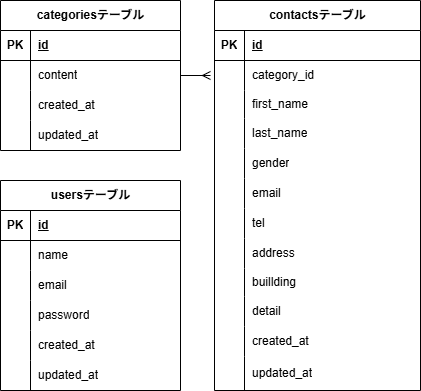
This is docs/er.drawio.png from takeotaira/confirm-test-contact-form, a draw.io export, as it was before one commit. Source tidied: cells renumbered, new cells last; positions are measured from the earlier drawing's top-left corner, leaving out a move shared by most shapes. The source it was exported from:
```xml
<mxGraphModel>
  <root>
    <mxCell id="0" />
    <mxCell id="1" parent="0" />
    <mxCell id="2" value="categoriesテーブル" style="shape=table;startSize=30;rowLines=0;fontStyle=1;align=center;html=1;" parent="1" vertex="1">
      <mxGeometry width="180" height="150" as="geometry" />
    </mxCell>
    <mxCell id="3" style="shape=tableRow;horizontal=0;startSize=0;swimlaneHead=0;swimlaneBody=0;fillColor=none;top=0;left=0;right=0;bottom=1;" parent="2" vertex="1">
      <mxGeometry y="30" width="180" height="30" as="geometry" />
    </mxCell>
    <mxCell id="4" value="PK" style="shape=partialRectangle;fillColor=none;top=0;left=0;bottom=0;right=0;fontStyle=1;overflow=hidden;whiteSpace=wrap;html=1;" parent="3" vertex="1">
      <mxGeometry width="30" height="30" as="geometry" />
    </mxCell>
    <mxCell id="5" value="id" style="shape=partialRectangle;fillColor=none;top=0;left=0;bottom=0;right=0;align=left;spacingLeft=6;fontStyle=5;overflow=hidden;whiteSpace=wrap;html=1;" parent="3" vertex="1">
      <mxGeometry x="30" width="150" height="30" as="geometry" />
    </mxCell>
    <mxCell id="6" style="shape=tableRow;horizontal=0;startSize=0;swimlaneHead=0;swimlaneBody=0;fillColor=none;points=[[0,0.5],[1,0.5]];portConstraint=eastwest;top=0;left=0;right=0;bottom=0;" parent="2" vertex="1">
      <mxGeometry y="60" width="180" height="30" as="geometry" />
    </mxCell>
    <mxCell id="7" style="shape=partialRectangle;fillColor=none;top=0;left=0;bottom=0;right=0;overflow=hidden;whiteSpace=wrap;html=1;" parent="6" vertex="1">
      <mxGeometry width="30" height="30" as="geometry" />
    </mxCell>
    <mxCell id="8" value="content" style="shape=partialRectangle;fillColor=none;top=0;left=0;bottom=0;right=0;align=left;spacingLeft=6;overflow=hidden;whiteSpace=wrap;html=1;" parent="6" vertex="1">
      <mxGeometry x="30" width="150" height="30" as="geometry" />
    </mxCell>
    <mxCell id="9" style="shape=tableRow;horizontal=0;startSize=0;swimlaneHead=0;swimlaneBody=0;fillColor=none;top=0;left=0;right=0;bottom=0;" parent="2" vertex="1">
      <mxGeometry y="90" width="180" height="30" as="geometry" />
    </mxCell>
    <mxCell id="10" style="shape=partialRectangle;fillColor=none;top=0;left=0;bottom=0;right=0;overflow=hidden;whiteSpace=wrap;html=1;" parent="9" vertex="1">
      <mxGeometry width="30" height="30" as="geometry" />
    </mxCell>
    <mxCell id="11" value="created_at" style="shape=partialRectangle;fillColor=none;top=0;left=0;bottom=0;right=0;align=left;spacingLeft=6;overflow=hidden;whiteSpace=wrap;html=1;" parent="9" vertex="1">
      <mxGeometry x="30" width="150" height="30" as="geometry" />
    </mxCell>
    <mxCell id="12" style="shape=tableRow;horizontal=0;startSize=0;swimlaneHead=0;swimlaneBody=0;fillColor=none;top=0;left=0;right=0;bottom=0;" parent="2" vertex="1">
      <mxGeometry y="120" width="180" height="30" as="geometry" />
    </mxCell>
    <mxCell id="13" style="shape=partialRectangle;fillColor=none;top=0;left=0;bottom=0;right=0;overflow=hidden;whiteSpace=wrap;html=1;" parent="12" vertex="1">
      <mxGeometry width="30" height="30" as="geometry" />
    </mxCell>
    <mxCell id="14" value="updated_at" style="shape=partialRectangle;fillColor=none;top=0;left=0;bottom=0;right=0;align=left;spacingLeft=6;overflow=hidden;whiteSpace=wrap;html=1;" parent="12" vertex="1">
      <mxGeometry x="30" width="150" height="30" as="geometry" />
    </mxCell>
    <mxCell id="15" value="contactsテーブル" style="shape=table;startSize=30;rowLines=0;fontStyle=1;align=center;html=1;" parent="1" vertex="1">
      <mxGeometry x="214" width="206" height="390" as="geometry" />
    </mxCell>
    <mxCell id="16" style="shape=tableRow;horizontal=0;startSize=0;swimlaneHead=0;swimlaneBody=0;fillColor=none;top=0;left=0;right=0;bottom=1;" parent="15" vertex="1">
      <mxGeometry y="30" width="206" height="30" as="geometry" />
    </mxCell>
    <mxCell id="17" value="PK" style="shape=partialRectangle;fillColor=none;top=0;left=0;bottom=0;right=0;fontStyle=1;overflow=hidden;whiteSpace=wrap;html=1;" parent="16" vertex="1">
      <mxGeometry width="30" height="30" as="geometry" />
    </mxCell>
    <mxCell id="18" value="id" style="shape=partialRectangle;fillColor=none;top=0;left=0;bottom=0;right=0;align=left;spacingLeft=6;fontStyle=5;overflow=hidden;whiteSpace=wrap;html=1;" parent="16" vertex="1">
      <mxGeometry x="30" width="176" height="30" as="geometry" />
    </mxCell>
    <mxCell id="19" style="shape=tableRow;horizontal=0;startSize=0;swimlaneHead=0;swimlaneBody=0;fillColor=none;top=0;left=0;right=0;bottom=0;" parent="15" vertex="1">
      <mxGeometry y="60" width="206" height="30" as="geometry" />
    </mxCell>
    <mxCell id="20" style="shape=partialRectangle;fillColor=none;top=0;left=0;bottom=0;right=0;overflow=hidden;whiteSpace=wrap;html=1;" parent="19" vertex="1">
      <mxGeometry width="30" height="30" as="geometry" />
    </mxCell>
    <mxCell id="21" value="category_id" style="shape=partialRectangle;fillColor=none;top=0;left=0;bottom=0;right=0;align=left;spacingLeft=6;overflow=hidden;whiteSpace=wrap;html=1;" parent="19" vertex="1">
      <mxGeometry x="30" width="176" height="30" as="geometry" />
    </mxCell>
    <mxCell id="22" style="shape=tableRow;horizontal=0;startSize=0;swimlaneHead=0;swimlaneBody=0;fillColor=none;top=0;left=0;right=0;bottom=0;" parent="15" vertex="1">
      <mxGeometry y="90" width="206" height="28" as="geometry" />
    </mxCell>
    <mxCell id="23" style="shape=partialRectangle;fillColor=none;top=0;left=0;bottom=0;right=0;overflow=hidden;whiteSpace=wrap;html=1;" parent="22" vertex="1">
      <mxGeometry width="30" height="28" as="geometry" />
    </mxCell>
    <mxCell id="24" value="first_name" style="shape=partialRectangle;fillColor=none;top=0;left=0;bottom=0;right=0;align=left;spacingLeft=6;overflow=hidden;whiteSpace=wrap;html=1;" parent="22" vertex="1">
      <mxGeometry x="30" width="176" height="28" as="geometry" />
    </mxCell>
    <mxCell id="25" style="shape=tableRow;horizontal=0;startSize=0;swimlaneHead=0;swimlaneBody=0;fillColor=none;top=0;left=0;right=0;bottom=0;" parent="15" vertex="1">
      <mxGeometry y="118" width="206" height="30" as="geometry" />
    </mxCell>
    <mxCell id="26" style="shape=partialRectangle;fillColor=none;top=0;left=0;bottom=0;right=0;overflow=hidden;whiteSpace=wrap;html=1;" parent="25" vertex="1">
      <mxGeometry width="30" height="30" as="geometry" />
    </mxCell>
    <mxCell id="27" value="last_name" style="shape=partialRectangle;fillColor=none;top=0;left=0;bottom=0;right=0;align=left;spacingLeft=6;overflow=hidden;whiteSpace=wrap;html=1;" parent="25" vertex="1">
      <mxGeometry x="30" width="176" height="30" as="geometry" />
    </mxCell>
    <mxCell id="28" style="shape=tableRow;horizontal=0;startSize=0;swimlaneHead=0;swimlaneBody=0;fillColor=none;top=0;left=0;right=0;bottom=0;" parent="15" vertex="1">
      <mxGeometry y="148" width="206" height="30" as="geometry" />
    </mxCell>
    <mxCell id="29" style="shape=partialRectangle;fillColor=none;top=0;left=0;bottom=0;right=0;overflow=hidden;whiteSpace=wrap;html=1;" parent="28" vertex="1">
      <mxGeometry width="30" height="30" as="geometry" />
    </mxCell>
    <mxCell id="30" value="gender" style="shape=partialRectangle;fillColor=none;top=0;left=0;bottom=0;right=0;align=left;spacingLeft=6;overflow=hidden;whiteSpace=wrap;html=1;" parent="28" vertex="1">
      <mxGeometry x="30" width="176" height="30" as="geometry" />
    </mxCell>
    <mxCell id="31" style="shape=tableRow;horizontal=0;startSize=0;swimlaneHead=0;swimlaneBody=0;fillColor=none;top=0;left=0;right=0;bottom=0;" parent="15" vertex="1">
      <mxGeometry y="178" width="206" height="30" as="geometry" />
    </mxCell>
    <mxCell id="32" style="shape=partialRectangle;fillColor=none;top=0;left=0;bottom=0;right=0;overflow=hidden;whiteSpace=wrap;html=1;" parent="31" vertex="1">
      <mxGeometry width="30" height="30" as="geometry" />
    </mxCell>
    <mxCell id="33" value="email" style="shape=partialRectangle;fillColor=none;top=0;left=0;bottom=0;right=0;align=left;spacingLeft=6;overflow=hidden;whiteSpace=wrap;html=1;" parent="31" vertex="1">
      <mxGeometry x="30" width="176" height="30" as="geometry" />
    </mxCell>
    <mxCell id="34" style="shape=tableRow;horizontal=0;startSize=0;swimlaneHead=0;swimlaneBody=0;fillColor=none;top=0;left=0;right=0;bottom=0;" parent="15" vertex="1">
      <mxGeometry y="208" width="206" height="30" as="geometry" />
    </mxCell>
    <mxCell id="35" style="shape=partialRectangle;fillColor=none;top=0;left=0;bottom=0;right=0;overflow=hidden;whiteSpace=wrap;html=1;" parent="34" vertex="1">
      <mxGeometry width="30" height="30" as="geometry" />
    </mxCell>
    <mxCell id="36" value="tel" style="shape=partialRectangle;fillColor=none;top=0;left=0;bottom=0;right=0;align=left;spacingLeft=6;overflow=hidden;whiteSpace=wrap;html=1;" parent="34" vertex="1">
      <mxGeometry x="30" width="176" height="30" as="geometry" />
    </mxCell>
    <mxCell id="37" style="shape=tableRow;horizontal=0;startSize=0;swimlaneHead=0;swimlaneBody=0;fillColor=none;top=0;left=0;right=0;bottom=0;" parent="15" vertex="1">
      <mxGeometry y="238" width="206" height="30" as="geometry" />
    </mxCell>
    <mxCell id="38" style="shape=partialRectangle;fillColor=none;top=0;left=0;bottom=0;right=0;overflow=hidden;whiteSpace=wrap;html=1;" parent="37" vertex="1">
      <mxGeometry width="30" height="30" as="geometry" />
    </mxCell>
    <mxCell id="39" value="address" style="shape=partialRectangle;fillColor=none;top=0;left=0;bottom=0;right=0;align=left;spacingLeft=6;overflow=hidden;whiteSpace=wrap;html=1;" parent="37" vertex="1">
      <mxGeometry x="30" width="176" height="30" as="geometry" />
    </mxCell>
    <mxCell id="40" style="shape=tableRow;horizontal=0;startSize=0;swimlaneHead=0;swimlaneBody=0;fillColor=none;top=0;left=0;right=0;bottom=0;" parent="15" vertex="1">
      <mxGeometry y="268" width="206" height="28" as="geometry" />
    </mxCell>
    <mxCell id="41" style="shape=partialRectangle;fillColor=none;top=0;left=0;bottom=0;right=0;overflow=hidden;whiteSpace=wrap;html=1;" parent="40" vertex="1">
      <mxGeometry width="30" height="28" as="geometry" />
    </mxCell>
    <mxCell id="42" value="buillding" style="shape=partialRectangle;fillColor=none;top=0;left=0;bottom=0;right=0;align=left;spacingLeft=6;overflow=hidden;whiteSpace=wrap;html=1;" parent="40" vertex="1">
      <mxGeometry x="30" width="176" height="28" as="geometry" />
    </mxCell>
    <mxCell id="43" style="shape=tableRow;horizontal=0;startSize=0;swimlaneHead=0;swimlaneBody=0;fillColor=none;top=0;left=0;right=0;bottom=0;" parent="15" vertex="1">
      <mxGeometry y="296" width="206" height="30" as="geometry" />
    </mxCell>
    <mxCell id="44" style="shape=partialRectangle;fillColor=none;top=0;left=0;bottom=0;right=0;overflow=hidden;whiteSpace=wrap;html=1;" parent="43" vertex="1">
      <mxGeometry width="30" height="30" as="geometry" />
    </mxCell>
    <mxCell id="45" value="detail" style="shape=partialRectangle;fillColor=none;top=0;left=0;bottom=0;right=0;align=left;spacingLeft=6;overflow=hidden;whiteSpace=wrap;html=1;" parent="43" vertex="1">
      <mxGeometry x="30" width="176" height="30" as="geometry" />
    </mxCell>
    <mxCell id="46" style="shape=tableRow;horizontal=0;startSize=0;swimlaneHead=0;swimlaneBody=0;fillColor=none;top=0;left=0;right=0;bottom=0;" parent="15" vertex="1">
      <mxGeometry y="326" width="206" height="30" as="geometry" />
    </mxCell>
    <mxCell id="47" style="shape=partialRectangle;fillColor=none;top=0;left=0;bottom=0;right=0;overflow=hidden;whiteSpace=wrap;html=1;" parent="46" vertex="1">
      <mxGeometry width="30" height="30" as="geometry" />
    </mxCell>
    <mxCell id="48" value="created_at" style="shape=partialRectangle;fillColor=none;top=0;left=0;bottom=0;right=0;align=left;spacingLeft=6;overflow=hidden;whiteSpace=wrap;html=1;" parent="46" vertex="1">
      <mxGeometry x="30" width="176" height="30" as="geometry" />
    </mxCell>
    <mxCell id="49" style="shape=tableRow;horizontal=0;startSize=0;swimlaneHead=0;swimlaneBody=0;fillColor=none;top=0;left=0;right=0;bottom=0;" parent="15" vertex="1">
      <mxGeometry y="356" width="206" height="34" as="geometry" />
    </mxCell>
    <mxCell id="50" style="shape=partialRectangle;fillColor=none;top=0;left=0;bottom=0;right=0;overflow=hidden;whiteSpace=wrap;html=1;" parent="49" vertex="1">
      <mxGeometry width="30" height="34" as="geometry" />
    </mxCell>
    <mxCell id="51" value="updated_at" style="shape=partialRectangle;fillColor=none;top=0;left=0;bottom=0;right=0;align=left;spacingLeft=6;overflow=hidden;whiteSpace=wrap;html=1;" parent="49" vertex="1">
      <mxGeometry x="30" width="176" height="34" as="geometry" />
    </mxCell>
    <mxCell id="52" value="usersテーブル" style="shape=table;startSize=30;rowLines=0;fontStyle=1;align=center;html=1;" parent="1" vertex="1">
      <mxGeometry y="180" width="180" height="210" as="geometry" />
    </mxCell>
    <mxCell id="53" style="shape=tableRow;horizontal=0;startSize=0;swimlaneHead=0;swimlaneBody=0;fillColor=none;top=0;left=0;right=0;bottom=1;" parent="52" vertex="1">
      <mxGeometry y="30" width="180" height="30" as="geometry" />
    </mxCell>
    <mxCell id="54" value="PK" style="shape=partialRectangle;fillColor=none;top=0;left=0;bottom=0;right=0;fontStyle=1;overflow=hidden;whiteSpace=wrap;html=1;" parent="53" vertex="1">
      <mxGeometry width="30" height="30" as="geometry" />
    </mxCell>
    <mxCell id="55" value="id" style="shape=partialRectangle;fillColor=none;top=0;left=0;bottom=0;right=0;align=left;spacingLeft=6;fontStyle=5;overflow=hidden;whiteSpace=wrap;html=1;" parent="53" vertex="1">
      <mxGeometry x="30" width="150" height="30" as="geometry" />
    </mxCell>
    <mxCell id="56" style="shape=tableRow;horizontal=0;startSize=0;swimlaneHead=0;swimlaneBody=0;fillColor=none;top=0;left=0;right=0;bottom=0;" parent="52" vertex="1">
      <mxGeometry y="60" width="180" height="30" as="geometry" />
    </mxCell>
    <mxCell id="57" style="shape=partialRectangle;fillColor=none;top=0;left=0;bottom=0;right=0;overflow=hidden;whiteSpace=wrap;html=1;" parent="56" vertex="1">
      <mxGeometry width="30" height="30" as="geometry" />
    </mxCell>
    <mxCell id="58" value="name" style="shape=partialRectangle;fillColor=none;top=0;left=0;bottom=0;right=0;align=left;spacingLeft=6;overflow=hidden;whiteSpace=wrap;html=1;" parent="56" vertex="1">
      <mxGeometry x="30" width="150" height="30" as="geometry" />
    </mxCell>
    <mxCell id="59" style="shape=tableRow;horizontal=0;startSize=0;swimlaneHead=0;swimlaneBody=0;fillColor=none;top=0;left=0;right=0;bottom=0;" parent="52" vertex="1">
      <mxGeometry y="90" width="180" height="30" as="geometry" />
    </mxCell>
    <mxCell id="60" style="shape=partialRectangle;fillColor=none;top=0;left=0;bottom=0;right=0;overflow=hidden;whiteSpace=wrap;html=1;" parent="59" vertex="1">
      <mxGeometry width="30" height="30" as="geometry" />
    </mxCell>
    <mxCell id="61" value="email" style="shape=partialRectangle;fillColor=none;top=0;left=0;bottom=0;right=0;align=left;spacingLeft=6;overflow=hidden;whiteSpace=wrap;html=1;" parent="59" vertex="1">
      <mxGeometry x="30" width="150" height="30" as="geometry" />
    </mxCell>
    <mxCell id="62" style="shape=tableRow;horizontal=0;startSize=0;swimlaneHead=0;swimlaneBody=0;fillColor=none;top=0;left=0;right=0;bottom=0;" parent="52" vertex="1">
      <mxGeometry y="120" width="180" height="30" as="geometry" />
    </mxCell>
    <mxCell id="63" style="shape=partialRectangle;fillColor=none;top=0;left=0;bottom=0;right=0;overflow=hidden;whiteSpace=wrap;html=1;" parent="62" vertex="1">
      <mxGeometry width="30" height="30" as="geometry" />
    </mxCell>
    <mxCell id="64" value="password" style="shape=partialRectangle;fillColor=none;top=0;left=0;bottom=0;right=0;align=left;spacingLeft=6;overflow=hidden;whiteSpace=wrap;html=1;" parent="62" vertex="1">
      <mxGeometry x="30" width="150" height="30" as="geometry" />
    </mxCell>
    <mxCell id="65" style="shape=tableRow;horizontal=0;startSize=0;swimlaneHead=0;swimlaneBody=0;fillColor=none;top=0;left=0;right=0;bottom=0;" parent="52" vertex="1">
      <mxGeometry y="150" width="180" height="30" as="geometry" />
    </mxCell>
    <mxCell id="66" style="shape=partialRectangle;fillColor=none;top=0;left=0;bottom=0;right=0;overflow=hidden;whiteSpace=wrap;html=1;" parent="65" vertex="1">
      <mxGeometry width="30" height="30" as="geometry" />
    </mxCell>
    <mxCell id="67" value="created_at" style="shape=partialRectangle;fillColor=none;top=0;left=0;bottom=0;right=0;align=left;spacingLeft=6;overflow=hidden;whiteSpace=wrap;html=1;" parent="65" vertex="1">
      <mxGeometry x="30" width="150" height="30" as="geometry" />
    </mxCell>
    <mxCell id="68" style="shape=tableRow;horizontal=0;startSize=0;swimlaneHead=0;swimlaneBody=0;fillColor=none;top=0;left=0;right=0;bottom=0;" parent="52" vertex="1">
      <mxGeometry y="180" width="180" height="30" as="geometry" />
    </mxCell>
    <mxCell id="69" style="shape=partialRectangle;fillColor=none;top=0;left=0;bottom=0;right=0;overflow=hidden;whiteSpace=wrap;html=1;" parent="68" vertex="1">
      <mxGeometry width="30" height="30" as="geometry" />
    </mxCell>
    <mxCell id="70" value="updated_at" style="shape=partialRectangle;fillColor=none;top=0;left=0;bottom=0;right=0;align=left;spacingLeft=6;overflow=hidden;whiteSpace=wrap;html=1;" parent="68" vertex="1">
      <mxGeometry x="30" width="150" height="30" as="geometry" />
    </mxCell>
    <mxCell id="71" style="edgeStyle=entityRelationEdgeStyle;fontSize=12;html=1;endArrow=ERmany;exitX=1;exitY=0.5;exitDx=0;exitDy=0;" parent="1" edge="1" source="6">
      <mxGeometry relative="1" as="geometry">
        <mxPoint x="210" y="75" as="targetPoint" />
        <Array as="points">
          <mxPoint x="180" y="75" />
          <mxPoint x="180" y="70" />
        </Array>
      </mxGeometry>
    </mxCell>
  </root>
</mxGraphModel>
```
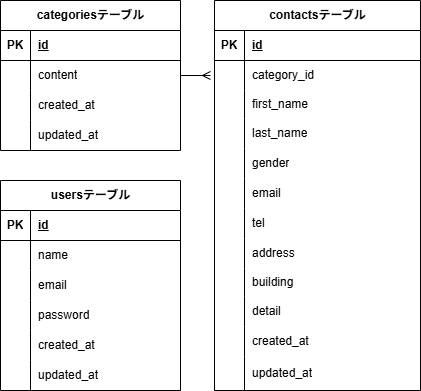
The same diagram one commit later.

Diff of the diagram source:
```diff
@@ -122,7 +122,7 @@
     <mxCell id="41" style="shape=partialRectangle;fillColor=none;top=0;left=0;bottom=0;right=0;overflow=hidden;whiteSpace=wrap;html=1;" parent="40" vertex="1">
       <mxGeometry width="30" height="28" as="geometry" />
     </mxCell>
-    <mxCell id="42" value="buillding" style="shape=partialRectangle;fillColor=none;top=0;left=0;bottom=0;right=0;align=left;spacingLeft=6;overflow=hidden;whiteSpace=wrap;html=1;" parent="40" vertex="1">
+    <mxCell id="42" value="building" style="shape=partialRectangle;fillColor=none;top=0;left=0;bottom=0;right=0;align=left;spacingLeft=6;overflow=hidden;whiteSpace=wrap;html=1;" parent="40" vertex="1">
       <mxGeometry x="30" width="176" height="28" as="geometry" />
     </mxCell>
     <mxCell id="43" style="shape=tableRow;horizontal=0;startSize=0;swimlaneHead=0;swimlaneBody=0;fillColor=none;top=0;left=0;right=0;bottom=0;" parent="15" vertex="1">
```
